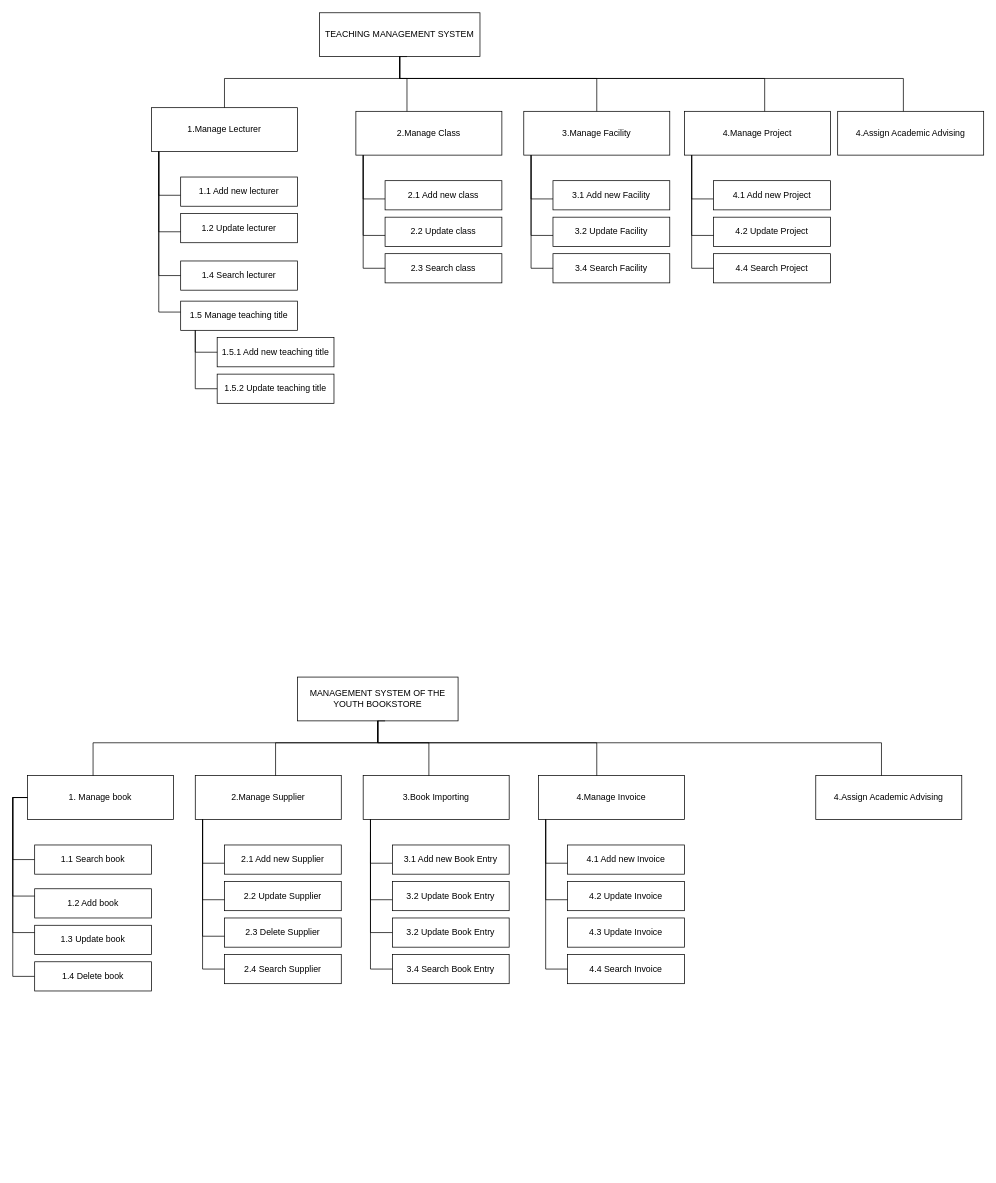
Keny7503/draw.io keeps this draw.io diagram as dfd.drawio. Above is the earlier version. Source tidied: cells renumbered, new cells numbered last; positions are measured from the earlier drawing's top-left corner, leaving out a move shared by most shapes. Both pictures are drawn from the tidied source at 73%, with x=0, y=0 at pixel (12, 12).
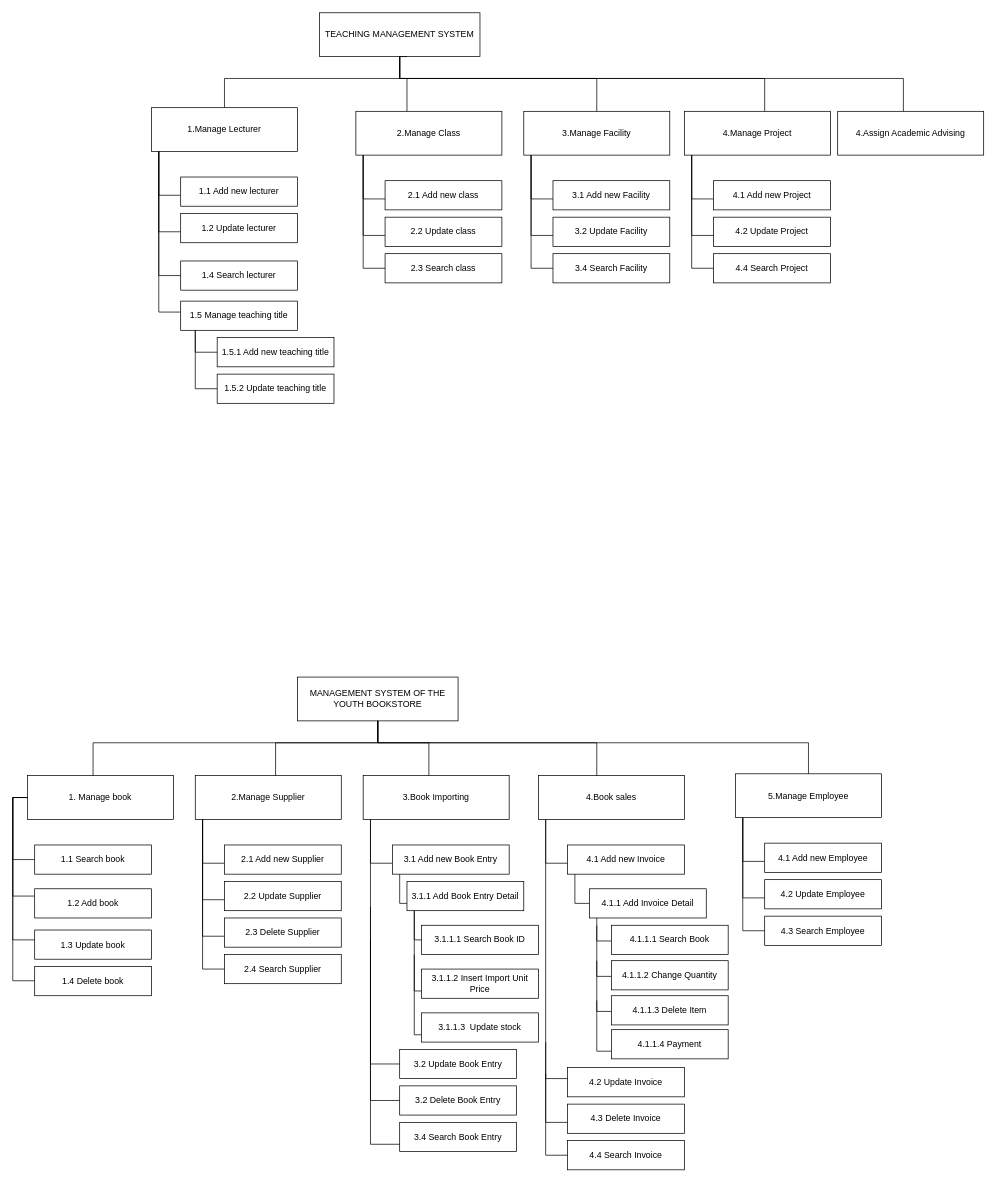
After the change.

Unchanged cells that the change refers to:
```xml
<mxCell id="43" value="MANAGEMENT SYSTEM OF THE YOUTH BOOKSTORE" style="rounded=0;whiteSpace=wrap;html=1;" parent="1" vertex="1">
  <mxGeometry x="390" y="910" width="220" height="60" as="geometry" />
</mxCell>
<mxCell id="45" value="1. Manage book" style="rounded=0;whiteSpace=wrap;html=1;" parent="1" vertex="1">
  <mxGeometry x="20" y="1045" width="200" height="60" as="geometry" />
</mxCell>
<mxCell id="62" value="3.Book Importing" style="rounded=0;whiteSpace=wrap;html=1;" parent="1" vertex="1">
  <mxGeometry x="480" y="1045" width="200" height="60" as="geometry" />
</mxCell>
<mxCell id="71" value="4.1 Add new Invoice" style="rounded=0;whiteSpace=wrap;html=1;" parent="1" vertex="1">
  <mxGeometry x="760" y="1140" width="160" height="40" as="geometry" />
</mxCell>
```

The edit, as a diff of the source:
```diff
@@
     <mxCell id="48" value="1.3 Update book" style="rounded=0;whiteSpace=wrap;html=1;" parent="1" vertex="1">
-      <mxGeometry x="30" y="1250" width="160" height="40" as="geometry" />
+      <mxGeometry x="30" y="1256.5" width="160" height="40" as="geometry" />
     </mxCell>
@@
     <mxCell id="51" style="edgeStyle=orthogonalEdgeStyle;rounded=0;jettySize=auto;html=1;endArrow=none;endFill=0;" parent="1" edge="1" source="45" target="48">
       <mxGeometry relative="1" as="geometry">
         <Array as="points">
-          <mxPoint y="1260" />
+          <mxPoint y="1075" />
+          <mxPoint y="1270" />
         </Array>
       </mxGeometry>
     </mxCell>
-    <mxCell id="52" style="edgeStyle=orthogonalEdgeStyle;rounded=0;jettySize=auto;html=1;endArrow=none;endFill=0;" parent="1" edge="1" source="45">
+    <mxCell id="52" style="edgeStyle=orthogonalEdgeStyle;rounded=0;jettySize=auto;html=1;endArrow=none;endFill=0;" parent="1" edge="1" source="45" target="79">
       <mxGeometry relative="1" as="geometry">
-        <mxPoint x="30" y="1320" as="targetPoint" />
         <Array as="points">
-          <mxPoint y="1320" />
+          <mxPoint y="1075" />
+          <mxPoint y="1326" />
         </Array>
       </mxGeometry>
     </mxCell>
@@
     <mxCell id="64" value="3.2 Update Book Entry" style="rounded=0;whiteSpace=wrap;html=1;" parent="1" vertex="1">
-      <mxGeometry x="520" y="1190" width="160" height="40" as="geometry" />
+      <mxGeometry x="530" y="1420" width="160" height="40" as="geometry" />
     </mxCell>
     <mxCell id="65" value="3.4 Search Book Entry" style="rounded=0;whiteSpace=wrap;html=1;" parent="1" vertex="1">
-      <mxGeometry x="520" y="1290" width="160" height="40" as="geometry" />
+      <mxGeometry x="530" y="1520" width="160" height="40" as="geometry" />
     </mxCell>
-    <mxCell id="66" style="edgeStyle=orthogonalEdgeStyle;rounded=0;jettySize=auto;html=1;endArrow=none;endFill=0;" parent="1" edge="1" source="62" target="64">
+    <mxCell id="66" style="edgeStyle=orthogonalEdgeStyle;rounded=0;jettySize=auto;html=1;endArrow=none;endFill=0;" parent="1" edge="1" target="64">
       <mxGeometry relative="1" as="geometry">
+        <mxPoint x="490" y="1225" as="sourcePoint" />
         <Array as="points">
-          <mxPoint x="490" y="1215" />
+          <mxPoint x="490" y="1440" />
         </Array>
       </mxGeometry>
     </mxCell>
     <mxCell id="67" style="edgeStyle=orthogonalEdgeStyle;rounded=0;jettySize=auto;html=1;endArrow=none;endFill=0;" parent="1" edge="1" source="62" target="65">
       <mxGeometry relative="1" as="geometry">
         <Array as="points">
-          <mxPoint x="490" y="1310" />
+          <mxPoint x="490" y="1550" />
         </Array>
       </mxGeometry>
     </mxCell>
@@
-    <mxCell id="70" value="4.Manage Invoice" style="rounded=0;whiteSpace=wrap;html=1;" parent="1" vertex="1">
+    <mxCell id="70" value="4.Book sales" style="rounded=0;whiteSpace=wrap;html=1;" parent="1" vertex="1">
       <mxGeometry x="720" y="1045" width="200" height="60" as="geometry" />
     </mxCell>
@@
     <mxCell id="72" value="4.2 Update Invoice" style="rounded=0;whiteSpace=wrap;html=1;" parent="1" vertex="1">
-      <mxGeometry x="760" y="1190" width="160" height="40" as="geometry" />
+      <mxGeometry x="760" y="1445" width="160" height="40" as="geometry" />
     </mxCell>
     <mxCell id="73" value="4.4 Search Invoice" style="rounded=0;whiteSpace=wrap;html=1;" parent="1" vertex="1">
-      <mxGeometry x="760" y="1290" width="160" height="40" as="geometry" />
+      <mxGeometry x="760" y="1545" width="160" height="40" as="geometry" />
     </mxCell>
-    <mxCell id="74" style="edgeStyle=orthogonalEdgeStyle;rounded=0;jettySize=auto;html=1;endArrow=none;endFill=0;" parent="1" edge="1" source="70" target="72">
+    <mxCell id="74" style="edgeStyle=orthogonalEdgeStyle;rounded=0;jettySize=auto;html=1;endArrow=none;endFill=0;" parent="1" edge="1" target="84">
       <mxGeometry relative="1" as="geometry">
+        <mxPoint x="730" y="1453.5" as="sourcePoint" />
         <Array as="points">
-          <mxPoint x="730" y="1215" />
+          <mxPoint x="730" y="1520" />
         </Array>
       </mxGeometry>
     </mxCell>
     <mxCell id="75" style="edgeStyle=orthogonalEdgeStyle;rounded=0;jettySize=auto;html=1;endArrow=none;endFill=0;" parent="1" edge="1" source="70" target="73">
       <mxGeometry relative="1" as="geometry">
         <Array as="points">
-          <mxPoint x="730" y="1310" />
+          <mxPoint x="730" y="1565" />
         </Array>
       </mxGeometry>
     </mxCell>
@@
-    <mxCell id="77" value="4.Assign Academic Advising" style="rounded=0;whiteSpace=wrap;html=1;" parent="1" vertex="1">
-      <mxGeometry x="1100" y="1045" width="200" height="60" as="geometry" />
-    </mxCell>
-    <mxCell id="78" style="endArrow=none;html=1;rounded=0;edgeStyle=orthogonalEdgeStyle;" parent="1" edge="1" source="77">
-      <mxGeometry relative="1" as="geometry">
-        <mxPoint x="510" y="970" as="targetPoint" />
-        <Array as="points">
-          <mxPoint x="1190" y="1000" />
-          <mxPoint x="500" y="1000" />
-          <mxPoint x="500" y="970" />
-        </Array>
-      </mxGeometry>
-    </mxCell>
     <mxCell id="79" value="1.4 Delete book" style="rounded=0;whiteSpace=wrap;html=1;" parent="1" vertex="1">
-      <mxGeometry x="30" y="1300" width="160" height="40" as="geometry" />
+      <mxGeometry x="30" y="1306.5" width="160" height="40" as="geometry" />
     </mxCell>
@@
-    <mxCell id="82" value="3.2 Update Book Entry" style="rounded=0;whiteSpace=wrap;html=1;" parent="1" vertex="1">
-      <mxGeometry x="520" y="1240" width="160" height="40" as="geometry" />
+    <mxCell id="82" value="3.2&amp;nbsp;Delete Book Entry" style="rounded=0;whiteSpace=wrap;html=1;" parent="1" vertex="1">
+      <mxGeometry x="530" y="1470" width="160" height="40" as="geometry" />
     </mxCell>
-    <mxCell id="83" style="edgeStyle=orthogonalEdgeStyle;rounded=0;orthogonalLoop=1;jettySize=auto;html=1;endArrow=none;endFill=0;" parent="1" edge="1">
+    <mxCell id="83" style="edgeStyle=orthogonalEdgeStyle;rounded=0;jettySize=auto;html=1;endArrow=none;endFill=0;" parent="1" edge="1" target="82">
       <mxGeometry relative="1" as="geometry">
-        <mxPoint x="490" y="1150" as="sourcePoint" />
-        <mxPoint x="520" y="1260" as="targetPoint" />
+        <mxPoint x="490" y="1270" as="sourcePoint" />
         <Array as="points">
-          <mxPoint x="490" y="1260" />
+          <mxPoint x="490" y="1490" />
         </Array>
       </mxGeometry>
     </mxCell>
-    <mxCell id="84" value="4.3 Update Invoice" style="rounded=0;whiteSpace=wrap;html=1;" parent="1" vertex="1">
-      <mxGeometry x="760" y="1240" width="160" height="40" as="geometry" />
+    <mxCell id="84" value="4.3&amp;nbsp;Delete Invoice" style="rounded=0;whiteSpace=wrap;html=1;" parent="1" vertex="1">
+      <mxGeometry x="760" y="1495" width="160" height="40" as="geometry" />
     </mxCell>
+    <mxCell id="85" style="edgeStyle=orthogonalEdgeStyle;rounded=0;jettySize=auto;html=1;endArrow=none;endFill=0;" parent="1" edge="1" source="86" target="87">
+      <mxGeometry relative="1" as="geometry">
+        <Array as="points">
+          <mxPoint x="1000" y="1162.5" />
+        </Array>
+      </mxGeometry>
+    </mxCell>
+    <mxCell id="86" value="5.Manage Employee" style="rounded=0;whiteSpace=wrap;html=1;" parent="1" vertex="1">
+      <mxGeometry x="990" y="1042.5" width="200" height="60" as="geometry" />
+    </mxCell>
+    <mxCell id="87" value="4.1 Add new Employee" style="rounded=0;whiteSpace=wrap;html=1;" parent="1" vertex="1">
+      <mxGeometry x="1030" y="1137.5" width="160" height="40" as="geometry" />
+    </mxCell>
+    <mxCell id="88" value="4.2 Update Employee" style="rounded=0;whiteSpace=wrap;html=1;" parent="1" vertex="1">
+      <mxGeometry x="1030" y="1187.5" width="160" height="40" as="geometry" />
+    </mxCell>
+    <mxCell id="89" value="4.3 Search Employee" style="rounded=0;whiteSpace=wrap;html=1;" parent="1" vertex="1">
+      <mxGeometry x="1030" y="1237.5" width="160" height="40" as="geometry" />
+    </mxCell>
+    <mxCell id="90" style="edgeStyle=orthogonalEdgeStyle;rounded=0;jettySize=auto;html=1;endArrow=none;endFill=0;" parent="1" edge="1" source="86" target="88">
+      <mxGeometry relative="1" as="geometry">
+        <Array as="points">
+          <mxPoint x="1000" y="1212.5" />
+        </Array>
+      </mxGeometry>
+    </mxCell>
+    <mxCell id="91" style="edgeStyle=orthogonalEdgeStyle;rounded=0;jettySize=auto;html=1;endArrow=none;endFill=0;" parent="1" edge="1" source="86" target="89">
+      <mxGeometry relative="1" as="geometry">
+        <Array as="points">
+          <mxPoint x="1000" y="1257.5" />
+        </Array>
+      </mxGeometry>
+    </mxCell>
+    <mxCell id="92" style="endArrow=none;html=1;rounded=0;edgeStyle=orthogonalEdgeStyle;" parent="1" edge="1" source="86" target="43">
+      <mxGeometry relative="1" as="geometry">
+        <Array as="points">
+          <mxPoint x="1090" y="1000" />
+          <mxPoint x="500" y="1000" />
+        </Array>
+      </mxGeometry>
+    </mxCell>
+    <mxCell id="93" style="edgeStyle=orthogonalEdgeStyle;rounded=0;jettySize=auto;html=1;endArrow=none;endFill=0;" parent="1" edge="1" target="72">
+      <mxGeometry relative="1" as="geometry">
+        <mxPoint x="730" y="1410" as="sourcePoint" />
+        <Array as="points">
+          <mxPoint x="730" y="1460" />
+        </Array>
+      </mxGeometry>
+    </mxCell>
+    <mxCell id="94" style="edgeStyle=orthogonalEdgeStyle;rounded=0;jettySize=auto;html=1;endArrow=none;endFill=0;" parent="1" edge="1" source="71" target="95">
+      <mxGeometry relative="1" as="geometry">
+        <Array as="points">
+          <mxPoint x="770" y="1220" />
+        </Array>
+      </mxGeometry>
+    </mxCell>
+    <mxCell id="95" value="4.1.1 Add Invoice Detail" style="rounded=0;whiteSpace=wrap;html=1;" parent="1" vertex="1">
+      <mxGeometry x="790" y="1200" width="160" height="40" as="geometry" />
+    </mxCell>
+    <mxCell id="96" style="edgeStyle=orthogonalEdgeStyle;rounded=0;jettySize=auto;html=1;endArrow=none;endFill=0;" parent="1" edge="1" source="95" target="97">
+      <mxGeometry relative="1" as="geometry">
+        <Array as="points">
+          <mxPoint x="800" y="1271.5" />
+        </Array>
+      </mxGeometry>
+    </mxCell>
+    <mxCell id="97" value="4.1.1.1 Search Book" style="rounded=0;whiteSpace=wrap;html=1;" parent="1" vertex="1">
+      <mxGeometry x="820" y="1250" width="160" height="40" as="geometry" />
+    </mxCell>
+    <mxCell id="98" style="edgeStyle=orthogonalEdgeStyle;rounded=0;jettySize=auto;html=1;endArrow=none;endFill=0;" parent="1" edge="1" target="99">
+      <mxGeometry relative="1" as="geometry">
+        <mxPoint x="800" y="1250.5" as="sourcePoint" />
+        <Array as="points">
+          <mxPoint x="800" y="1320" />
+        </Array>
+      </mxGeometry>
+    </mxCell>
+    <mxCell id="99" value="4.1.1.2 Change Quantity" style="rounded=0;whiteSpace=wrap;html=1;" parent="1" vertex="1">
+      <mxGeometry x="820" y="1298.5" width="160" height="40" as="geometry" />
+    </mxCell>
+    <mxCell id="100" style="edgeStyle=orthogonalEdgeStyle;rounded=0;jettySize=auto;html=1;endArrow=none;endFill=0;" parent="1" edge="1" target="101">
+      <mxGeometry relative="1" as="geometry">
+        <mxPoint x="800" y="1353" as="sourcePoint" />
+        <Array as="points">
+          <mxPoint x="800" y="1422.5" />
+        </Array>
+      </mxGeometry>
+    </mxCell>
+    <mxCell id="101" value="4.1.1.4 Payment" style="rounded=0;whiteSpace=wrap;html=1;" parent="1" vertex="1">
+      <mxGeometry x="820" y="1393" width="160" height="40" as="geometry" />
+    </mxCell>
+    <mxCell id="102" style="edgeStyle=orthogonalEdgeStyle;rounded=0;jettySize=auto;html=1;endArrow=none;endFill=0;" parent="1" edge="1" target="103">
+      <mxGeometry relative="1" as="geometry">
+        <mxPoint x="530" y="1180" as="sourcePoint" />
+        <Array as="points">
+          <mxPoint x="530" y="1220" />
+        </Array>
+      </mxGeometry>
+    </mxCell>
+    <mxCell id="103" value="3.1.1 Add Book Entry Detail" style="rounded=0;whiteSpace=wrap;html=1;" parent="1" vertex="1">
+      <mxGeometry x="540" y="1190" width="160" height="40" as="geometry" />
+    </mxCell>
+    <mxCell id="104" style="edgeStyle=orthogonalEdgeStyle;rounded=0;jettySize=auto;html=1;endArrow=none;endFill=0;" parent="1" edge="1" target="105">
+      <mxGeometry relative="1" as="geometry">
+        <mxPoint x="800" y="1298.5" as="sourcePoint" />
+        <Array as="points">
+          <mxPoint x="800" y="1368" />
+        </Array>
+      </mxGeometry>
+    </mxCell>
+    <mxCell id="105" value="4.1.1.3 Delete Item" style="rounded=0;whiteSpace=wrap;html=1;" parent="1" vertex="1">
+      <mxGeometry x="820" y="1346.5" width="160" height="40" as="geometry" />
+    </mxCell>
+    <mxCell id="106" style="edgeStyle=orthogonalEdgeStyle;rounded=0;jettySize=auto;html=1;endArrow=none;endFill=0;" parent="1" edge="1" target="107">
+      <mxGeometry relative="1" as="geometry">
+        <mxPoint x="550" y="1230" as="sourcePoint" />
+        <Array as="points">
+          <mxPoint x="550" y="1340" />
+        </Array>
+      </mxGeometry>
+    </mxCell>
+    <mxCell id="107" value="3.1.1.2 Insert Import Unit Price" style="rounded=0;whiteSpace=wrap;html=1;" parent="1" vertex="1">
+      <mxGeometry x="560" y="1310" width="160" height="40" as="geometry" />
+    </mxCell>
+    <mxCell id="108" value="3.1.1.1 Search Book ID" style="rounded=0;whiteSpace=wrap;html=1;" parent="1" vertex="1">
+      <mxGeometry x="560" y="1250" width="160" height="40" as="geometry" />
+    </mxCell>
+    <mxCell id="109" style="edgeStyle=orthogonalEdgeStyle;rounded=0;jettySize=auto;html=1;endArrow=none;endFill=0;" parent="1" edge="1" target="108">
+      <mxGeometry relative="1" as="geometry">
+        <mxPoint x="550" y="1230" as="sourcePoint" />
+        <Array as="points">
+          <mxPoint x="550" y="1270" />
+        </Array>
+      </mxGeometry>
+    </mxCell>
+    <mxCell id="110" style="edgeStyle=orthogonalEdgeStyle;rounded=0;jettySize=auto;html=1;endArrow=none;endFill=0;" parent="1" edge="1" target="111">
+      <mxGeometry relative="1" as="geometry">
+        <mxPoint x="550" y="1290" as="sourcePoint" />
+        <Array as="points">
+          <mxPoint x="550" y="1400" />
+        </Array>
+      </mxGeometry>
+    </mxCell>
+    <mxCell id="111" value="3.1.1.3&amp;nbsp; Update stock" style="rounded=0;whiteSpace=wrap;html=1;" parent="1" vertex="1">
+      <mxGeometry x="560" y="1370" width="160" height="40" as="geometry" />
+    </mxCell>
```
